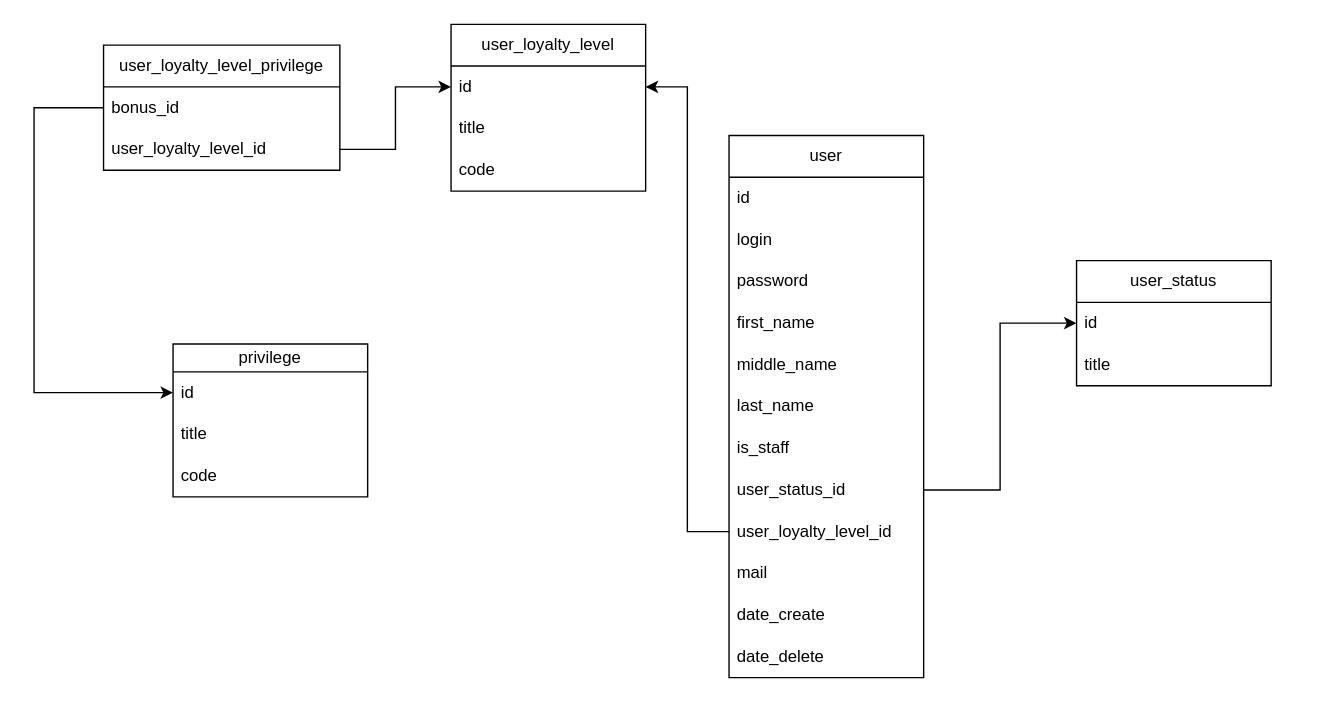
Before: page "Страница — 1" (1 of 2) of src/main/resources/db.schemes/Auth.drawio in Velixeor/payments, a draw.io diagram. Source tidied: cells renumbered, new cells numbered last; positions are measured from the earlier drawing's top-left corner, leaving out a move shared by most shapes. Both pictures are drawn from the tidied source at 139%, with x=0, y=0 at pixel (33, 24).
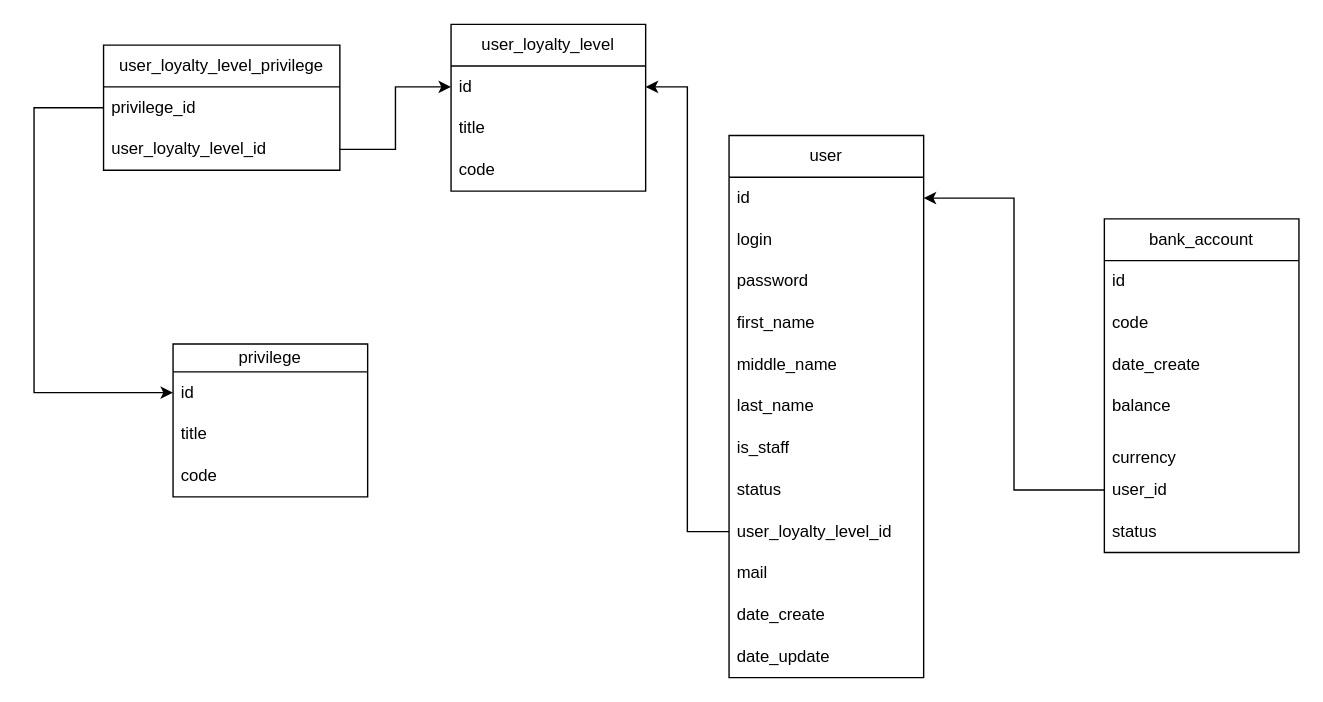
The same diagram, later.

The change refers to these unchanged cells:
```xml
<mxCell id="2" value="user" style="swimlane;fontStyle=0;horizontal=1;startSize=30;whiteSpace=wrap;html=1;" parent="1" vertex="1">
  <mxGeometry x="500" y="80" width="140" height="390" as="geometry" />
</mxCell>
<mxCell id="3" value="id" style="text;strokeColor=none;fillColor=none;align=left;verticalAlign=middle;spacingLeft=4;spacingRight=4;overflow=hidden;points=[[0,0.5],[1,0.5]];portConstraint=eastwest;whiteSpace=wrap;html=1;" parent="2" vertex="1">
  <mxGeometry y="30" width="140" height="30" as="geometry" />
</mxCell>
<mxCell id="28" value="user_loyalty_level_&lt;span style=&quot;white-space-collapse: preserve;&quot; class=&quot;EzKURWReUAB5oZgtQNkl&quot;&gt;privilege&lt;/span&gt;" style="swimlane;fontStyle=0;horizontal=1;startSize=30;whiteSpace=wrap;html=1;" parent="1" vertex="1">
  <mxGeometry x="50" y="15" width="170" height="90" as="geometry" />
</mxCell>
```

Diff of the diagram source:
```diff
@@
-    <mxCell id="10" value="user_status_id" style="text;strokeColor=none;fillColor=none;align=left;verticalAlign=middle;spacingLeft=4;spacingRight=4;overflow=hidden;points=[[0,0.5],[1,0.5]];portConstraint=eastwest;whiteSpace=wrap;html=1;" parent="2" vertex="1">
+    <mxCell id="10" value="status" style="text;strokeColor=none;fillColor=none;align=left;verticalAlign=middle;spacingLeft=4;spacingRight=4;overflow=hidden;points=[[0,0.5],[1,0.5]];portConstraint=eastwest;whiteSpace=wrap;html=1;" parent="2" vertex="1">
       <mxGeometry y="240" width="140" height="30" as="geometry" />
     </mxCell>
@@
-    <mxCell id="14" value="date_delete" style="text;strokeColor=none;fillColor=none;align=left;verticalAlign=middle;spacingLeft=4;spacingRight=4;overflow=hidden;whiteSpace=wrap;html=1;" parent="2" vertex="1">
+    <mxCell id="14" value="date_update" style="text;strokeColor=none;fillColor=none;align=left;verticalAlign=middle;spacingLeft=4;spacingRight=4;overflow=hidden;whiteSpace=wrap;html=1;" parent="2" vertex="1">
       <mxGeometry y="360" width="140" height="30" as="geometry" />
     </mxCell>
-    <mxCell id="15" value="user_status" style="swimlane;fontStyle=0;horizontal=1;startSize=30;whiteSpace=wrap;html=1;" parent="1" vertex="1">
-      <mxGeometry x="750" y="170" width="140" height="90" as="geometry" />
-    </mxCell>
-    <mxCell id="16" value="id" style="text;strokeColor=none;fillColor=none;align=left;verticalAlign=middle;spacingLeft=4;spacingRight=4;overflow=hidden;whiteSpace=wrap;html=1;" parent="15" vertex="1">
-      <mxGeometry y="30" width="140" height="30" as="geometry" />
-    </mxCell>
-    <mxCell id="17" value="title" style="text;strokeColor=none;fillColor=none;align=left;verticalAlign=middle;spacingLeft=4;spacingRight=4;overflow=hidden;whiteSpace=wrap;html=1;" parent="15" vertex="1">
-      <mxGeometry y="60" width="140" height="30" as="geometry" />
-    </mxCell>
-    <mxCell id="18" style="edgeStyle=orthogonalEdgeStyle;rounded=0;jettySize=auto;html=1;entryX=0;entryY=0.5;entryDx=0;entryDy=0;" parent="1" edge="1" source="10" target="15">
-      <mxGeometry relative="1" as="geometry" />
-    </mxCell>
@@
-    <mxCell id="29" value="bonus_id" style="text;strokeColor=none;fillColor=none;align=left;verticalAlign=middle;spacingLeft=4;spacingRight=4;overflow=hidden;points=[[0,0.5],[1,0.5]];portConstraint=eastwest;whiteSpace=wrap;html=1;" parent="28" vertex="1">
+    <mxCell id="29" value="privilege_id" style="text;strokeColor=none;fillColor=none;align=left;verticalAlign=middle;spacingLeft=4;spacingRight=4;overflow=hidden;points=[[0,0.5],[1,0.5]];portConstraint=eastwest;whiteSpace=wrap;html=1;" parent="28" vertex="1">
       <mxGeometry y="30" width="170" height="30" as="geometry" />
     </mxCell>
@@
+    <mxCell id="33" value="&lt;span style=&quot;white-space-collapse: preserve;&quot; class=&quot;EzKURWReUAB5oZgtQNkl&quot;&gt;bank_&lt;/span&gt;&lt;span style=&quot;white-space-collapse: preserve;&quot; class=&quot;EzKURWReUAB5oZgtQNkl&quot;&gt;account&lt;/span&gt;" style="swimlane;fontStyle=0;horizontal=1;startSize=30;whiteSpace=wrap;html=1;" parent="1" vertex="1">
+      <mxGeometry x="770" y="140" width="140" height="240" as="geometry" />
+    </mxCell>
+    <mxCell id="16" value="id" style="text;strokeColor=none;fillColor=none;align=left;verticalAlign=middle;spacingLeft=4;spacingRight=4;overflow=hidden;whiteSpace=wrap;html=1;" parent="33" vertex="1">
+      <mxGeometry y="30" width="140" height="30" as="geometry" />
+    </mxCell>
+    <mxCell id="34" value="code" style="text;strokeColor=none;fillColor=none;align=left;verticalAlign=middle;spacingLeft=4;spacingRight=4;overflow=hidden;whiteSpace=wrap;html=1;" parent="33" vertex="1">
+      <mxGeometry y="60" width="140" height="30" as="geometry" />
+    </mxCell>
+    <mxCell id="35" value="date_create" style="text;strokeColor=none;fillColor=none;align=left;verticalAlign=middle;spacingLeft=4;spacingRight=4;overflow=hidden;whiteSpace=wrap;html=1;" parent="33" vertex="1">
+      <mxGeometry y="90" width="140" height="30" as="geometry" />
+    </mxCell>
+    <mxCell id="36" value="&lt;span style=&quot;white-space-collapse: preserve;&quot; class=&quot;EzKURWReUAB5oZgtQNkl&quot;&gt;balance&lt;/span&gt;" style="text;strokeColor=none;fillColor=none;align=left;verticalAlign=middle;spacingLeft=4;spacingRight=4;overflow=hidden;whiteSpace=wrap;html=1;" parent="33" vertex="1">
+      <mxGeometry y="120" width="140" height="30" as="geometry" />
+    </mxCell>
+    <mxCell id="37" value="&lt;div style=&quot;&quot;&gt;&lt;pre style=&quot;&quot;&gt;&lt;font face=&quot;Helvetica&quot;&gt;&lt;span style=&quot;white-space: normal;&quot;&gt;currency&lt;/span&gt;&lt;/font&gt;&lt;/pre&gt;&lt;/div&gt;" style="text;strokeColor=none;fillColor=none;align=left;verticalAlign=middle;spacingLeft=4;spacingRight=4;overflow=hidden;whiteSpace=wrap;html=1;" parent="33" vertex="1">
+      <mxGeometry y="150" width="140" height="30" as="geometry" />
+    </mxCell>
+    <mxCell id="38" value="user_id" style="text;strokeColor=none;fillColor=none;align=left;verticalAlign=middle;spacingLeft=4;spacingRight=4;overflow=hidden;points=[[0,0.5],[1,0.5]];portConstraint=eastwest;whiteSpace=wrap;html=1;" parent="33" vertex="1">
+      <mxGeometry y="180" width="140" height="30" as="geometry" />
+    </mxCell>
+    <mxCell id="39" value="status" style="text;strokeColor=none;fillColor=none;align=left;verticalAlign=middle;spacingLeft=4;spacingRight=4;overflow=hidden;whiteSpace=wrap;html=1;" parent="33" vertex="1">
+      <mxGeometry y="210" width="140" height="30" as="geometry" />
+    </mxCell>
+    <mxCell id="40" style="edgeStyle=orthogonalEdgeStyle;rounded=0;jettySize=auto;html=1;entryX=1;entryY=0.5;entryDx=0;entryDy=0;" parent="1" edge="1" source="38" target="3">
+      <mxGeometry relative="1" as="geometry" />
+    </mxCell>
```
